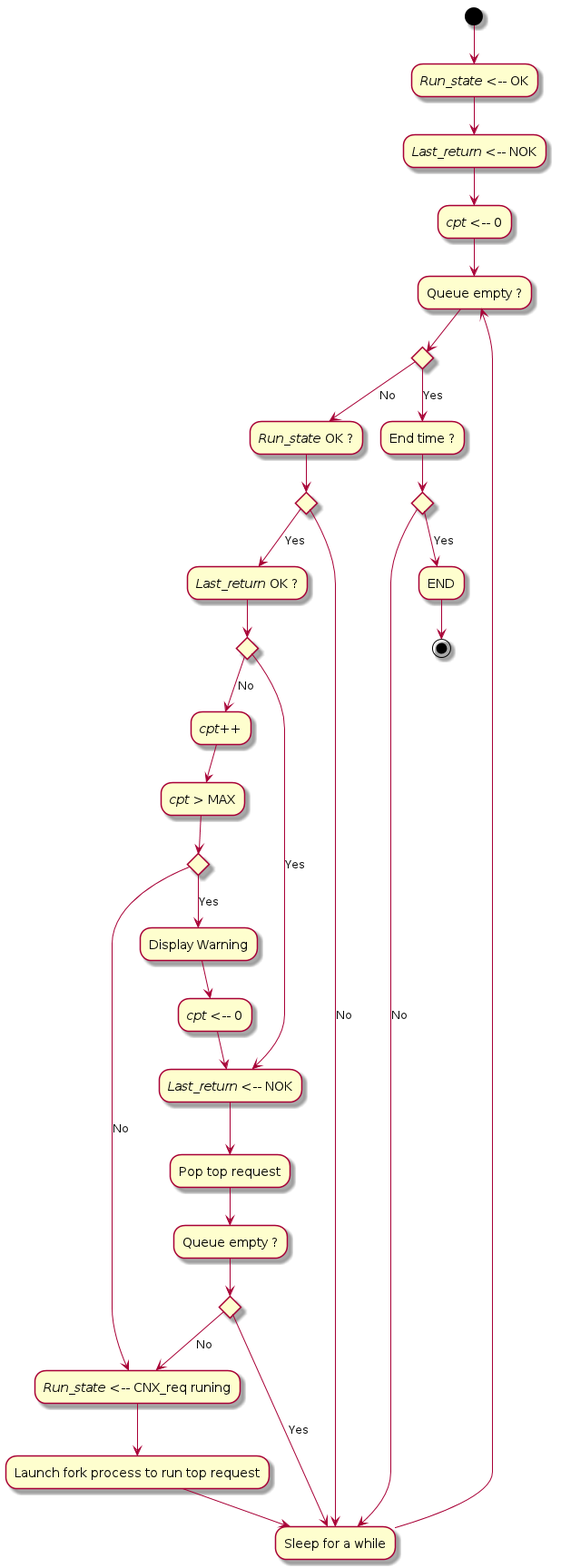
Before: doc/UML/Algo_exec_CNX.png, a diagram exported from PlantUML (tof25/DST).
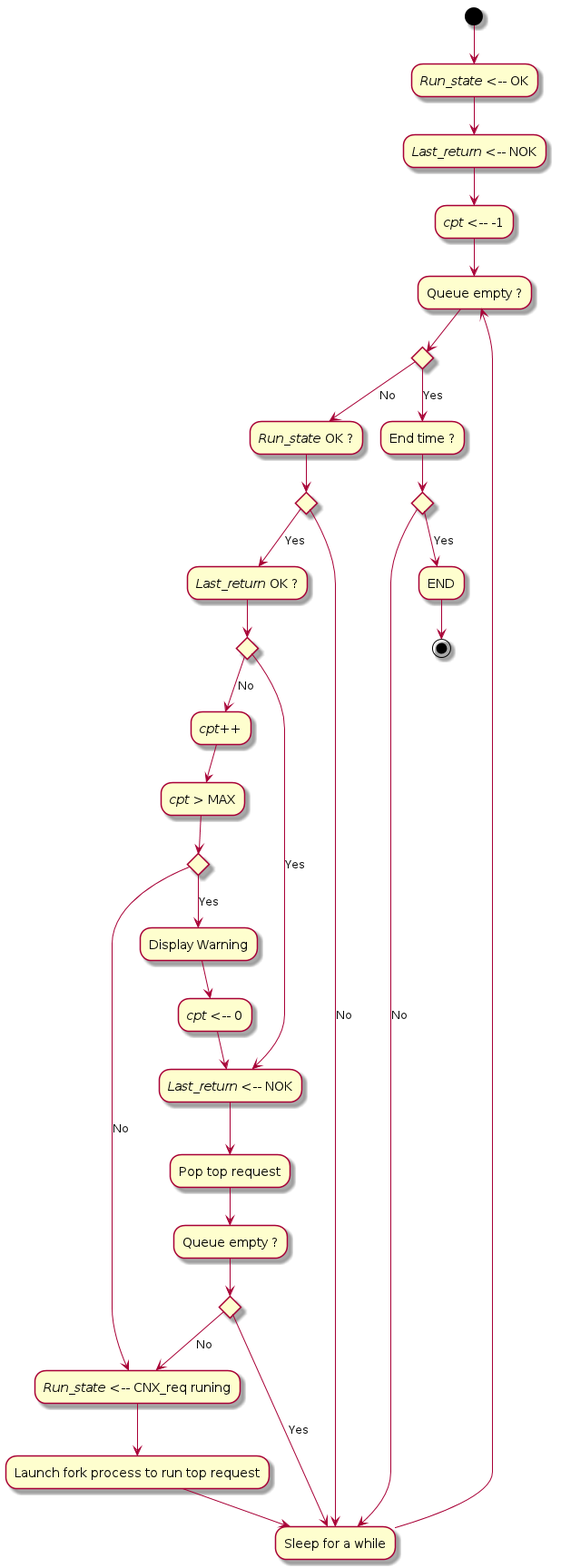
Above is the later version.

What changed in the source:
```diff
@@ -2,7 +2,7 @@
 
 (*top) --> "<i>Run_state</i> <-- OK" as init1
 --> "<i>Last_return</i> <-- NOK" as init2
---> "<i>cpt</i> <-- 0" as init3
+--> "<i>cpt</i> <-- -1" as init3
 
 --> "Queue empty ?" as q1
 if "" then
```
